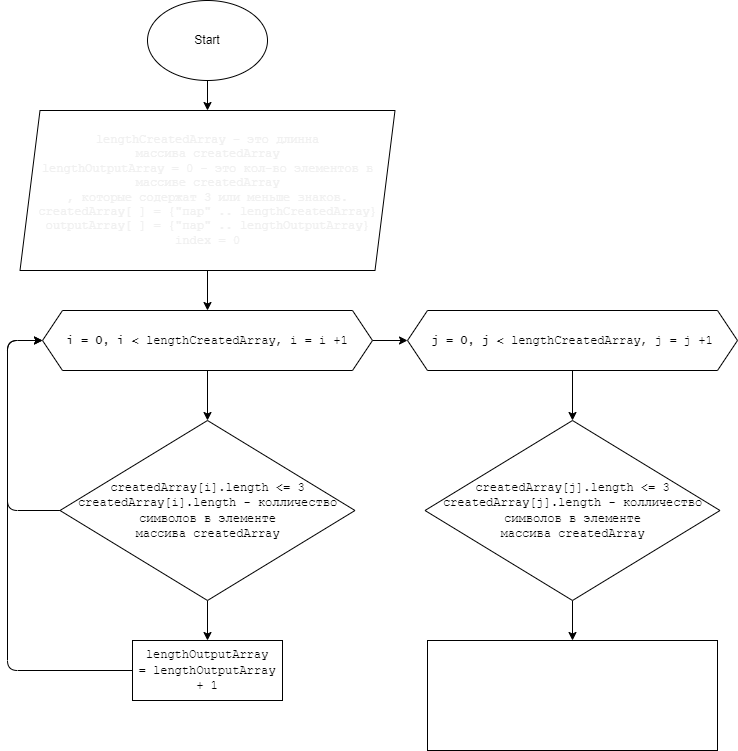
This is flowchart.drawio.png from RomanGorkavenko/FinalVerificationWork, a draw.io export, as it was before one commit. Source tidied: cells renumbered, new cells last; positions are measured from the earlier drawing's top-left corner, leaving out a move shared by most shapes. Source of this version:
```xml
<mxGraphModel>
  <root>
    <mxCell id="0" />
    <mxCell id="1" parent="0" />
    <mxCell id="2" style="edgeStyle=none;html=1;entryX=0.5;entryY=0;entryDx=0;entryDy=0;" parent="1" edge="1" source="3" target="8">
      <mxGeometry relative="1" as="geometry" />
    </mxCell>
    <mxCell id="3" value="Start" style="ellipse;whiteSpace=wrap;html=1;" parent="1" vertex="1">
      <mxGeometry x="140" width="120" height="80" as="geometry" />
    </mxCell>
    <mxCell id="4" style="edgeStyle=none;html=1;fontFamily=Lucida Console;fontColor=#FFFFFF;exitX=0.5;exitY=1;exitDx=0;exitDy=0;" parent="1" edge="1" source="8" target="7">
      <mxGeometry relative="1" as="geometry" />
    </mxCell>
    <mxCell id="5" style="edgeStyle=none;html=1;fontFamily=Lucida Console;fontColor=#FFFFFF;" parent="1" edge="1" source="7" target="11">
      <mxGeometry relative="1" as="geometry" />
    </mxCell>
    <mxCell id="6" style="edgeStyle=none;html=1;fontFamily=Lucida Console;fontColor=#FFFFFF;" parent="1" edge="1" source="7" target="17">
      <mxGeometry relative="1" as="geometry" />
    </mxCell>
    <mxCell id="7" value="&lt;font face=&quot;Lucida Console&quot;&gt;i = 0, i &amp;lt;&amp;nbsp;&lt;/font&gt;&lt;span style=&quot;font-family: &amp;#34;courier new&amp;#34;&quot;&gt;lengthCreatedArray, i = i +1&lt;/span&gt;" style="shape=hexagon;perimeter=hexagonPerimeter2;whiteSpace=wrap;html=1;fixedSize=1;" parent="1" vertex="1">
      <mxGeometry x="35" y="310" width="330" height="60" as="geometry" />
    </mxCell>
    <mxCell id="8" value="&lt;span style=&quot;color: rgb(240 , 240 , 240) ; font-family: &amp;#34;courier new&amp;#34;&quot;&gt;lengthCreatedArray - это длинна массива&amp;nbsp;&lt;/span&gt;&lt;span style=&quot;color: rgb(240 , 240 , 240) ; font-family: &amp;#34;courier new&amp;#34;&quot;&gt;c&lt;/span&gt;&lt;span style=&quot;color: rgb(240 , 240 , 240) ; font-family: &amp;#34;courier new&amp;#34;&quot;&gt;reated&lt;/span&gt;&lt;span style=&quot;color: rgb(240 , 240 , 240) ; font-family: &amp;#34;courier new&amp;#34;&quot;&gt;Array&lt;/span&gt;&lt;br style=&quot;color: rgb(240 , 240 , 240) ; font-family: &amp;#34;courier new&amp;#34;&quot;&gt;&lt;span style=&quot;color: rgb(240 , 240 , 240) ; font-family: &amp;#34;courier new&amp;#34;&quot;&gt;lengthOutputArray = 0 - это кол-во элементов в массиве&amp;nbsp;&lt;/span&gt;&lt;span style=&quot;color: rgb(240 , 240 , 240) ; font-family: &amp;#34;courier new&amp;#34;&quot;&gt;c&lt;/span&gt;&lt;span style=&quot;color: rgb(240 , 240 , 240) ; font-family: &amp;#34;courier new&amp;#34;&quot;&gt;reated&lt;/span&gt;&lt;span style=&quot;color: rgb(240 , 240 , 240) ; font-family: &amp;#34;courier new&amp;#34;&quot;&gt;Array&lt;/span&gt;&lt;span style=&quot;color: rgb(240 , 240 , 240) ; font-family: &amp;#34;courier new&amp;#34;&quot;&gt;&lt;br&gt;, которые содержат 3 или меньше знаков.&lt;/span&gt;&lt;br style=&quot;color: rgb(240 , 240 , 240) ; font-family: &amp;#34;courier new&amp;#34;&quot;&gt;&lt;span style=&quot;color: rgb(240 , 240 , 240) ; font-family: &amp;#34;courier new&amp;#34;&quot;&gt;c&lt;/span&gt;&lt;span style=&quot;color: rgb(240 , 240 , 240) ; font-family: &amp;#34;courier new&amp;#34;&quot;&gt;reated&lt;/span&gt;&lt;span style=&quot;color: rgb(240 , 240 , 240) ; font-family: &amp;#34;courier new&amp;#34;&quot;&gt;Array&lt;/span&gt;&lt;span style=&quot;color: rgb(240 , 240 , 240) ; font-family: &amp;#34;courier new&amp;#34;&quot;&gt;[ ] = {&quot;пар&quot; ..&amp;nbsp;&lt;/span&gt;&lt;span style=&quot;color: rgb(240 , 240 , 240) ; font-family: &amp;#34;courier new&amp;#34;&quot;&gt;lengthCreatedArray&lt;/span&gt;&lt;span style=&quot;color: rgb(240 , 240 , 240) ; font-family: &amp;#34;courier new&amp;#34;&quot;&gt;}&lt;/span&gt;&lt;br style=&quot;color: rgb(240 , 240 , 240) ; font-family: &amp;#34;courier new&amp;#34;&quot;&gt;&lt;span style=&quot;color: rgb(240 , 240 , 240) ; font-family: &amp;#34;courier new&amp;#34;&quot;&gt;outputArray[ ] = {&lt;/span&gt;&lt;span style=&quot;color: rgb(240 , 240 , 240) ; font-family: &amp;#34;courier new&amp;#34;&quot;&gt;&quot;пар&quot;&lt;/span&gt;&lt;span style=&quot;color: rgb(240 , 240 , 240) ; font-family: &amp;#34;courier new&amp;#34;&quot;&gt;&amp;nbsp;..&amp;nbsp;&lt;/span&gt;&lt;span style=&quot;color: rgb(240 , 240 , 240) ; font-family: &amp;#34;courier new&amp;#34;&quot;&gt;lengthOutputArray&lt;/span&gt;&lt;span style=&quot;color: rgb(240 , 240 , 240) ; font-family: &amp;#34;courier new&amp;#34;&quot;&gt;}&lt;/span&gt;&lt;br style=&quot;color: rgb(240 , 240 , 240) ; font-family: &amp;#34;courier new&amp;#34;&quot;&gt;&lt;span style=&quot;color: rgb(240 , 240 , 240) ; font-family: &amp;#34;courier new&amp;#34;&quot;&gt;index = 0&lt;/span&gt;" style="shape=parallelogram;perimeter=parallelogramPerimeter;whiteSpace=wrap;html=1;fixedSize=1;fontFamily=Lucida Console;fontColor=#FFFFFF;" parent="1" vertex="1">
      <mxGeometry x="12.5" y="110" width="375" height="160" as="geometry" />
    </mxCell>
    <mxCell id="9" style="edgeStyle=none;html=1;fontFamily=Lucida Console;fontColor=#FFFFFF;" parent="1" edge="1" source="11" target="13">
      <mxGeometry relative="1" as="geometry" />
    </mxCell>
    <mxCell id="10" style="edgeStyle=none;html=1;entryX=0;entryY=0.5;entryDx=0;entryDy=0;fontFamily=Lucida Console;fontColor=#FFFFFF;exitX=0;exitY=0.5;exitDx=0;exitDy=0;" parent="1" edge="1" source="11" target="7">
      <mxGeometry relative="1" as="geometry">
        <Array as="points">
          <mxPoint y="510" />
          <mxPoint y="340" />
        </Array>
      </mxGeometry>
    </mxCell>
    <mxCell id="11" value="&lt;span style=&quot;font-family: &amp;#34;courier new&amp;#34;&quot;&gt;c&lt;/span&gt;&lt;span style=&quot;font-family: &amp;#34;courier new&amp;#34;&quot;&gt;reated&lt;/span&gt;&lt;span style=&quot;font-family: &amp;#34;courier new&amp;#34;&quot;&gt;Array&lt;/span&gt;&lt;span style=&quot;font-family: &amp;#34;courier new&amp;#34;&quot;&gt;[i].length &amp;lt;= 3&lt;br&gt;&lt;/span&gt;&lt;span style=&quot;font-family: &amp;#34;courier new&amp;#34;&quot;&gt;c&lt;/span&gt;&lt;span style=&quot;font-family: &amp;#34;courier new&amp;#34;&quot;&gt;reated&lt;/span&gt;&lt;span style=&quot;font-family: &amp;#34;courier new&amp;#34;&quot;&gt;Array&lt;/span&gt;&lt;span style=&quot;font-family: &amp;#34;courier new&amp;#34;&quot;&gt;[i].length - колличество символов в элементе&lt;br&gt;массива&amp;nbsp;&lt;/span&gt;&lt;span style=&quot;font-family: &amp;#34;courier new&amp;#34;&quot;&gt;c&lt;/span&gt;&lt;span style=&quot;font-family: &amp;#34;courier new&amp;#34;&quot;&gt;reated&lt;/span&gt;&lt;span style=&quot;font-family: &amp;#34;courier new&amp;#34;&quot;&gt;Array&lt;/span&gt;&lt;span style=&quot;font-family: &amp;#34;courier new&amp;#34;&quot;&gt;&lt;br&gt;&lt;/span&gt;" style="rhombus;whiteSpace=wrap;html=1;" parent="1" vertex="1">
      <mxGeometry x="52.5" y="420" width="295" height="180" as="geometry" />
    </mxCell>
    <mxCell id="12" style="edgeStyle=none;html=1;entryX=0;entryY=0.5;entryDx=0;entryDy=0;fontFamily=Lucida Console;fontColor=#FFFFFF;" parent="1" edge="1" source="13" target="7">
      <mxGeometry relative="1" as="geometry">
        <Array as="points">
          <mxPoint y="670" />
          <mxPoint y="340" />
        </Array>
      </mxGeometry>
    </mxCell>
    <mxCell id="13" value="&lt;span style=&quot;font-family: &amp;#34;courier new&amp;#34;&quot;&gt;lengthOutputArray =&amp;nbsp;&lt;/span&gt;&lt;span style=&quot;font-family: &amp;#34;courier new&amp;#34;&quot;&gt;lengthOutputArray + 1&lt;/span&gt;" style="whiteSpace=wrap;html=1;" parent="1" vertex="1">
      <mxGeometry x="125" y="640" width="150" height="60" as="geometry" />
    </mxCell>
    <mxCell id="14" value="yes" style="text;html=1;align=center;verticalAlign=middle;strokeColor=none;fillColor=none;fontFamily=Lucida Console;fontColor=#FFFFFF;" parent="1" vertex="1">
      <mxGeometry x="210" y="610" width="40" height="20" as="geometry" />
    </mxCell>
    <mxCell id="15" value="no" style="text;html=1;align=center;verticalAlign=middle;strokeColor=none;fillColor=none;fontFamily=Lucida Console;fontColor=#FFFFFF;" parent="1" vertex="1">
      <mxGeometry x="12.5" y="490" width="30" height="20" as="geometry" />
    </mxCell>
    <mxCell id="16" style="edgeStyle=none;html=1;fontFamily=Lucida Console;fontColor=#FFFFFF;" parent="1" edge="1" source="17" target="19">
      <mxGeometry relative="1" as="geometry" />
    </mxCell>
    <mxCell id="17" value="&lt;font face=&quot;Lucida Console&quot;&gt;j = 0, j &amp;lt;&amp;nbsp;&lt;/font&gt;&lt;span style=&quot;font-family: &amp;#34;courier new&amp;#34;&quot;&gt;lengthCreatedArray, j = j +1&lt;/span&gt;" style="shape=hexagon;perimeter=hexagonPerimeter2;whiteSpace=wrap;html=1;fixedSize=1;" parent="1" vertex="1">
      <mxGeometry x="400" y="310" width="330" height="60" as="geometry" />
    </mxCell>
    <mxCell id="18" style="edgeStyle=none;html=1;fontFamily=Lucida Console;fontColor=#FFFFFF;" parent="1" edge="1" source="19" target="20">
      <mxGeometry relative="1" as="geometry" />
    </mxCell>
    <mxCell id="19" value="&lt;span style=&quot;font-family: &amp;#34;courier new&amp;#34;&quot;&gt;c&lt;/span&gt;&lt;span style=&quot;font-family: &amp;#34;courier new&amp;#34;&quot;&gt;reated&lt;/span&gt;&lt;span style=&quot;font-family: &amp;#34;courier new&amp;#34;&quot;&gt;Array&lt;/span&gt;&lt;span style=&quot;font-family: &amp;#34;courier new&amp;#34;&quot;&gt;[j].length &amp;lt;= 3&lt;br&gt;&lt;/span&gt;&lt;span style=&quot;font-family: &amp;#34;courier new&amp;#34;&quot;&gt;c&lt;/span&gt;&lt;span style=&quot;font-family: &amp;#34;courier new&amp;#34;&quot;&gt;reated&lt;/span&gt;&lt;span style=&quot;font-family: &amp;#34;courier new&amp;#34;&quot;&gt;Array&lt;/span&gt;&lt;span style=&quot;font-family: &amp;#34;courier new&amp;#34;&quot;&gt;[j].length - колличество символов в элементе&lt;br&gt;массива&amp;nbsp;&lt;/span&gt;&lt;span style=&quot;font-family: &amp;#34;courier new&amp;#34;&quot;&gt;c&lt;/span&gt;&lt;span style=&quot;font-family: &amp;#34;courier new&amp;#34;&quot;&gt;reated&lt;/span&gt;&lt;span style=&quot;font-family: &amp;#34;courier new&amp;#34;&quot;&gt;Array&lt;/span&gt;&lt;span style=&quot;font-family: &amp;#34;courier new&amp;#34;&quot;&gt;&lt;br&gt;&lt;/span&gt;" style="rhombus;whiteSpace=wrap;html=1;" parent="1" vertex="1">
      <mxGeometry x="417.5" y="420" width="295" height="180" as="geometry" />
    </mxCell>
    <mxCell id="20" style="whiteSpace=wrap;html=1;" parent="1" vertex="1">
      <mxGeometry x="420" y="640" width="290" height="110" as="geometry" />
    </mxCell>
  </root>
</mxGraphModel>
```
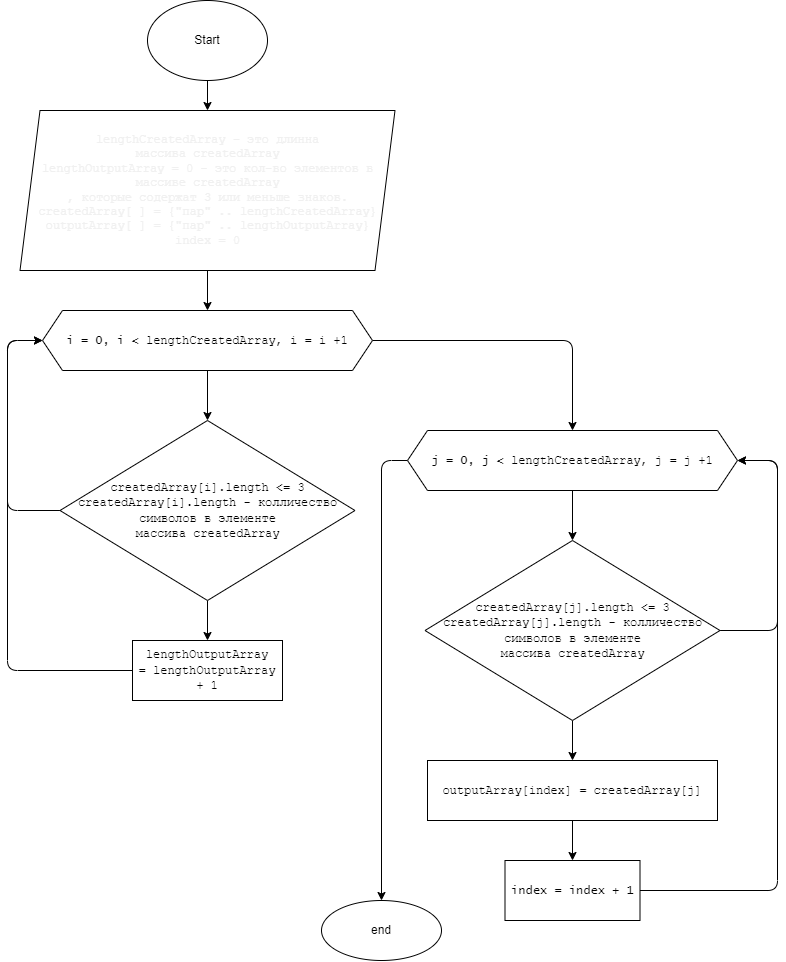
Later version of the same file.

Diff of the diagram source:
```diff
@@ -14,8 +14,12 @@
     <mxCell id="5" style="edgeStyle=none;html=1;fontFamily=Lucida Console;fontColor=#FFFFFF;" parent="1" edge="1" source="7" target="11">
       <mxGeometry relative="1" as="geometry" />
     </mxCell>
-    <mxCell id="6" style="edgeStyle=none;html=1;fontFamily=Lucida Console;fontColor=#FFFFFF;" parent="1" edge="1" source="7" target="17">
-      <mxGeometry relative="1" as="geometry" />
+    <mxCell id="6" style="edgeStyle=none;html=1;fontFamily=Lucida Console;fontColor=#FFFFFF;exitX=1;exitY=0.5;exitDx=0;exitDy=0;" parent="1" edge="1" source="7" target="17">
+      <mxGeometry relative="1" as="geometry">
+        <Array as="points">
+          <mxPoint x="565" y="340" />
+        </Array>
+      </mxGeometry>
     </mxCell>
     <mxCell id="7" value="&lt;font face=&quot;Lucida Console&quot;&gt;i = 0, i &amp;lt;&amp;nbsp;&lt;/font&gt;&lt;span style=&quot;font-family: &amp;#34;courier new&amp;#34;&quot;&gt;lengthCreatedArray, i = i +1&lt;/span&gt;" style="shape=hexagon;perimeter=hexagonPerimeter2;whiteSpace=wrap;html=1;fixedSize=1;" parent="1" vertex="1">
       <mxGeometry x="35" y="310" width="330" height="60" as="geometry" />
@@ -57,17 +61,55 @@
     <mxCell id="16" style="edgeStyle=none;html=1;fontFamily=Lucida Console;fontColor=#FFFFFF;" parent="1" edge="1" source="17" target="19">
       <mxGeometry relative="1" as="geometry" />
     </mxCell>
+    <mxCell id="21" style="edgeStyle=none;html=1;fontFamily=Lucida Console;fontColor=#FFFFFF;" parent="1" edge="1" source="17" target="28">
+      <mxGeometry relative="1" as="geometry">
+        <Array as="points">
+          <mxPoint x="374" y="460" />
+        </Array>
+      </mxGeometry>
+    </mxCell>
     <mxCell id="17" value="&lt;font face=&quot;Lucida Console&quot;&gt;j = 0, j &amp;lt;&amp;nbsp;&lt;/font&gt;&lt;span style=&quot;font-family: &amp;#34;courier new&amp;#34;&quot;&gt;lengthCreatedArray, j = j +1&lt;/span&gt;" style="shape=hexagon;perimeter=hexagonPerimeter2;whiteSpace=wrap;html=1;fixedSize=1;" parent="1" vertex="1">
-      <mxGeometry x="400" y="310" width="330" height="60" as="geometry" />
+      <mxGeometry x="400" y="430" width="330" height="60" as="geometry" />
     </mxCell>
     <mxCell id="18" style="edgeStyle=none;html=1;fontFamily=Lucida Console;fontColor=#FFFFFF;" parent="1" edge="1" source="19" target="20">
       <mxGeometry relative="1" as="geometry" />
     </mxCell>
+    <mxCell id="22" style="edgeStyle=none;html=1;entryX=1;entryY=0.5;entryDx=0;entryDy=0;fontFamily=Lucida Console;fontColor=#FFFFFF;exitX=1;exitY=0.5;exitDx=0;exitDy=0;" parent="1" edge="1" source="19" target="17">
+      <mxGeometry relative="1" as="geometry">
+        <Array as="points">
+          <mxPoint x="770" y="630" />
+          <mxPoint x="770" y="460" />
+        </Array>
+      </mxGeometry>
+    </mxCell>
     <mxCell id="19" value="&lt;span style=&quot;font-family: &amp;#34;courier new&amp;#34;&quot;&gt;c&lt;/span&gt;&lt;span style=&quot;font-family: &amp;#34;courier new&amp;#34;&quot;&gt;reated&lt;/span&gt;&lt;span style=&quot;font-family: &amp;#34;courier new&amp;#34;&quot;&gt;Array&lt;/span&gt;&lt;span style=&quot;font-family: &amp;#34;courier new&amp;#34;&quot;&gt;[j].length &amp;lt;= 3&lt;br&gt;&lt;/span&gt;&lt;span style=&quot;font-family: &amp;#34;courier new&amp;#34;&quot;&gt;c&lt;/span&gt;&lt;span style=&quot;font-family: &amp;#34;courier new&amp;#34;&quot;&gt;reated&lt;/span&gt;&lt;span style=&quot;font-family: &amp;#34;courier new&amp;#34;&quot;&gt;Array&lt;/span&gt;&lt;span style=&quot;font-family: &amp;#34;courier new&amp;#34;&quot;&gt;[j].length - колличество символов в элементе&lt;br&gt;массива&amp;nbsp;&lt;/span&gt;&lt;span style=&quot;font-family: &amp;#34;courier new&amp;#34;&quot;&gt;c&lt;/span&gt;&lt;span style=&quot;font-family: &amp;#34;courier new&amp;#34;&quot;&gt;reated&lt;/span&gt;&lt;span style=&quot;font-family: &amp;#34;courier new&amp;#34;&quot;&gt;Array&lt;/span&gt;&lt;span style=&quot;font-family: &amp;#34;courier new&amp;#34;&quot;&gt;&lt;br&gt;&lt;/span&gt;" style="rhombus;whiteSpace=wrap;html=1;" parent="1" vertex="1">
-      <mxGeometry x="417.5" y="420" width="295" height="180" as="geometry" />
+      <mxGeometry x="417.5" y="540" width="295" height="180" as="geometry" />
     </mxCell>
+    <mxCell id="23" style="edgeStyle=none;html=1;fontFamily=Lucida Console;fontColor=#FFFFFF;" parent="1" edge="1" source="20" target="25">
+      <mxGeometry relative="1" as="geometry" />
+    </mxCell>
-    <mxCell id="20" style="whiteSpace=wrap;html=1;" parent="1" vertex="1">
-      <mxGeometry x="420" y="640" width="290" height="110" as="geometry" />
+    <mxCell id="20" value="&lt;span style=&quot;font-family: &amp;#34;courier new&amp;#34;&quot;&gt;outputArray[index] =&amp;nbsp;&lt;/span&gt;&lt;span style=&quot;font-family: &amp;#34;courier new&amp;#34;&quot;&gt;c&lt;/span&gt;&lt;span style=&quot;font-family: &amp;#34;courier new&amp;#34;&quot;&gt;reated&lt;/span&gt;&lt;span style=&quot;font-family: &amp;#34;courier new&amp;#34;&quot;&gt;Array&lt;/span&gt;&lt;span style=&quot;font-family: &amp;#34;courier new&amp;#34;&quot;&gt;[j]&lt;/span&gt;" style="whiteSpace=wrap;html=1;" parent="1" vertex="1">
+      <mxGeometry x="420" y="760" width="290" height="60" as="geometry" />
     </mxCell>
+    <mxCell id="24" style="edgeStyle=none;html=1;entryX=1;entryY=0.5;entryDx=0;entryDy=0;fontFamily=Lucida Console;fontColor=#FFFFFF;" parent="1" edge="1" source="25" target="17">
+      <mxGeometry relative="1" as="geometry">
+        <Array as="points">
+          <mxPoint x="770" y="890" />
+          <mxPoint x="770" y="460" />
+        </Array>
+      </mxGeometry>
+    </mxCell>
+    <mxCell id="25" value="&lt;font face=&quot;Lucida Console&quot;&gt;index = index + 1&lt;/font&gt;" style="whiteSpace=wrap;html=1;" parent="1" vertex="1">
+      <mxGeometry x="497.5" y="860" width="135" height="60" as="geometry" />
+    </mxCell>
+    <mxCell id="26" value="yes" style="text;html=1;align=center;verticalAlign=middle;strokeColor=none;fillColor=none;fontFamily=Lucida Console;fontColor=#FFFFFF;" parent="1" vertex="1">
+      <mxGeometry x="570" y="730" width="40" height="20" as="geometry" />
+    </mxCell>
+    <mxCell id="27" value="no" style="text;html=1;align=center;verticalAlign=middle;strokeColor=none;fillColor=none;fontFamily=Lucida Console;fontColor=#FFFFFF;" parent="1" vertex="1">
+      <mxGeometry x="720" y="610" width="30" height="20" as="geometry" />
+    </mxCell>
+    <mxCell id="28" value="end" style="ellipse;whiteSpace=wrap;html=1;" parent="1" vertex="1">
+      <mxGeometry x="314" y="900" width="120" height="60" as="geometry" />
+    </mxCell>
   </root>
 </mxGraphModel>
```
